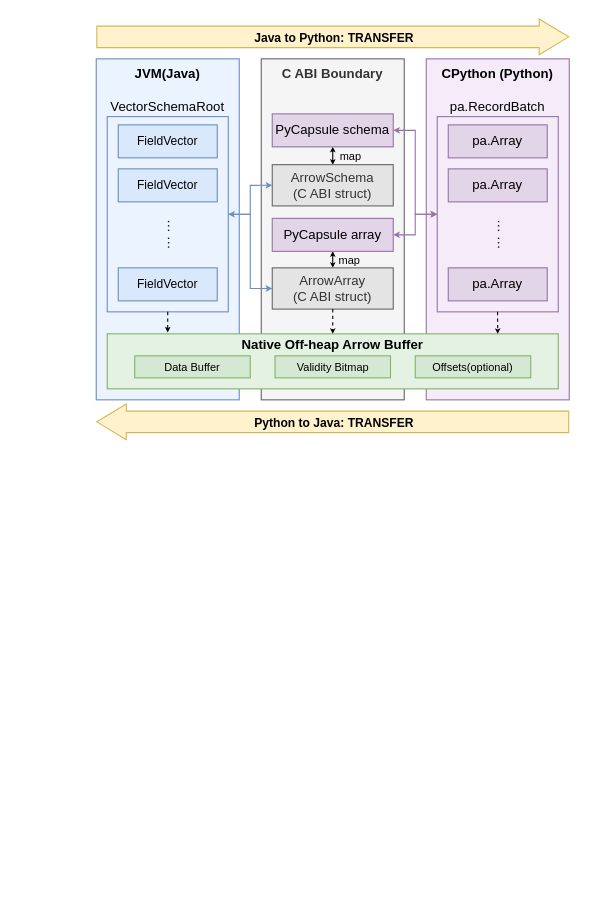
Earlier version of the draw.io diagram page "algo-java2python" (5 of 14) of grad.drawio (shinyano/drawio). Source tidied: cells renumbered, new cells numbered last; positions are measured from the earlier drawing's top-left corner, leaving out a move shared by most shapes. Both pictures are drawn from the tidied source at 110%, with x=0, y=0 at pixel (96, 36).
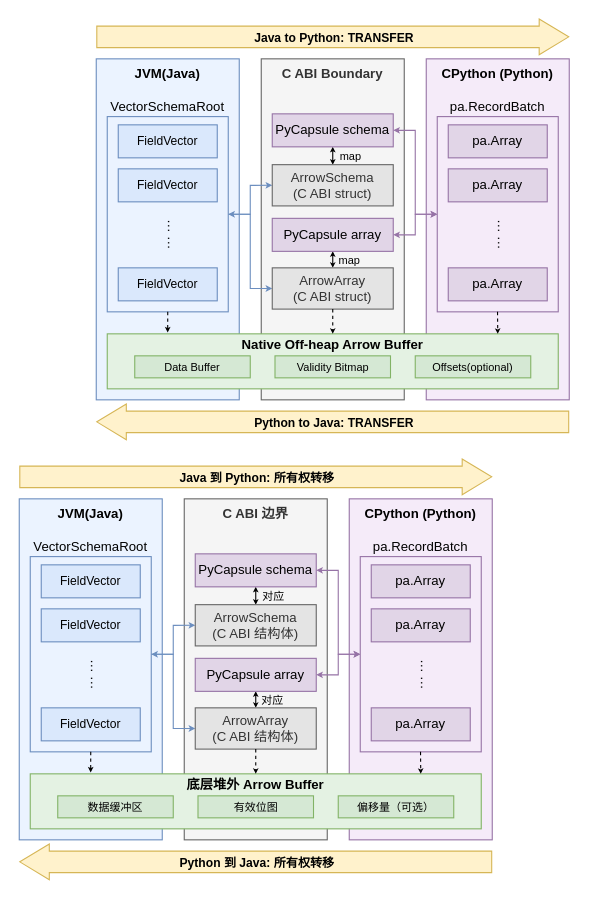
Above is the later version.

What changed in the source:
```diff
@@
+    <mxCell id="38" value="JVM(Java)" style="rounded=0;whiteSpace=wrap;html=1;fillColor=light-dark(#ebf3ff, #1d293b);strokeColor=#6c8ebf;verticalAlign=top;fontStyle=1;align=center;fontFamily=Helvetica;fontSize=12;fontColor=default;" parent="1" vertex="1">
+      <mxGeometry x="-70" y="420" width="130" height="310" as="geometry" />
+    </mxCell>
+    <mxCell id="39" value="C ABI 边界" style="rounded=0;whiteSpace=wrap;html=1;fillColor=#f5f5f5;strokeColor=#666666;verticalAlign=top;fontColor=#333333;fontStyle=1;" parent="1" vertex="1">
+      <mxGeometry x="80" y="420" width="130" height="310" as="geometry" />
+    </mxCell>
+    <mxCell id="40" value="CPython (Python)" style="rounded=0;whiteSpace=wrap;html=1;fillColor=light-dark(#f5ebf9, #392f3f);strokeColor=#9673a6;verticalAlign=top;fontStyle=1;" parent="1" vertex="1">
+      <mxGeometry x="230" y="420" width="130" height="310" as="geometry" />
+    </mxCell>
+    <mxCell id="41" style="edgeStyle=orthogonalEdgeStyle;rounded=0;jettySize=auto;html=1;exitX=1;exitY=0.5;exitDx=0;exitDy=0;entryX=0;entryY=0.5;entryDx=0;entryDy=0;endSize=3;startArrow=classic;startFill=1;startSize=3;fillColor=#dae8fc;strokeColor=#6c8ebf;" parent="1" edge="1" source="43" target="50">
+      <mxGeometry relative="1" as="geometry" />
+    </mxCell>
+    <mxCell id="42" style="edgeStyle=orthogonalEdgeStyle;rounded=0;jettySize=auto;html=1;exitX=1;exitY=0.5;exitDx=0;exitDy=0;entryX=0;entryY=0.5;entryDx=0;entryDy=0;endSize=3;fillColor=#dae8fc;strokeColor=#6c8ebf;" parent="1" edge="1" source="43" target="53">
+      <mxGeometry relative="1" as="geometry" />
+    </mxCell>
+    <mxCell id="43" value="VectorSchemaRoot" style="rounded=0;whiteSpace=wrap;html=1;fillColor=light-dark(#ebf3ff, #1d293b);strokeColor=#6c8ebf;verticalAlign=bottom;labelPosition=center;verticalLabelPosition=top;align=center;" parent="1" vertex="1">
+      <mxGeometry x="-60" y="472.5" width="110" height="177.5" as="geometry" />
+    </mxCell>
+    <mxCell id="44" value="FieldVector" style="rounded=0;whiteSpace=wrap;html=1;fontSize=11;fillColor=#dae8fc;strokeColor=#6c8ebf;" parent="1" vertex="1">
+      <mxGeometry x="-50" y="480" width="90" height="30" as="geometry" />
+    </mxCell>
+    <mxCell id="45" value="FieldVector" style="rounded=0;whiteSpace=wrap;html=1;fontSize=11;fillColor=#dae8fc;strokeColor=#6c8ebf;" parent="1" vertex="1">
+      <mxGeometry x="-50" y="520" width="90" height="30" as="geometry" />
+    </mxCell>
+    <mxCell id="46" value="FieldVector" style="rounded=0;whiteSpace=wrap;html=1;fontSize=11;fillColor=#dae8fc;strokeColor=#6c8ebf;" parent="1" vertex="1">
+      <mxGeometry x="-50" y="610" width="90" height="30" as="geometry" />
+    </mxCell>
+    <mxCell id="47" value="··· ···" style="text;html=1;whiteSpace=wrap;strokeColor=none;fillColor=none;align=center;verticalAlign=middle;rounded=0;horizontal=0;" parent="1" vertex="1">
+      <mxGeometry x="-35" y="565" width="60" height="30" as="geometry" />
+    </mxCell>
+    <mxCell id="48" style="edgeStyle=orthogonalEdgeStyle;rounded=0;jettySize=auto;html=1;exitX=0.5;exitY=0;exitDx=0;exitDy=0;entryX=0.5;entryY=1;entryDx=0;entryDy=0;endSize=2;startArrow=classic;startFill=1;startSize=2;" parent="1" edge="1" source="50" target="55">
+      <mxGeometry relative="1" as="geometry" />
+    </mxCell>
+    <mxCell id="49" value="对应" style="edgeLabel;html=1;align=center;verticalAlign=middle;labelBackgroundColor=none;fontSize=10;" parent="48" vertex="1">
+      <mxGeometry x="0.45" y="-1" relative="1" as="geometry">
+        <mxPoint x="14" y="3" as="offset" />
+      </mxGeometry>
+    </mxCell>
+    <mxCell id="50" value="ArrowSchema&lt;div&gt;(C ABI 结构体)&lt;/div&gt;" style="rounded=0;whiteSpace=wrap;html=1;fillColor=#E4E4E4;fontColor=#333333;strokeColor=#666666;" parent="1" vertex="1">
+      <mxGeometry x="90" y="516.2" width="110" height="37.5" as="geometry" />
+    </mxCell>
+    <mxCell id="51" style="edgeStyle=orthogonalEdgeStyle;rounded=0;jettySize=auto;html=1;exitX=0.5;exitY=0;exitDx=0;exitDy=0;entryX=0.5;entryY=1;entryDx=0;entryDy=0;endSize=2;startArrow=classic;startFill=1;startSize=2;" parent="1" edge="1" source="53" target="57">
+      <mxGeometry relative="1" as="geometry" />
+    </mxCell>
+    <mxCell id="52" value="对应" style="edgeLabel;html=1;align=center;verticalAlign=middle;labelBackgroundColor=none;fontSize=10;" parent="51" vertex="1">
+      <mxGeometry x="0.33" y="1" relative="1" as="geometry">
+        <mxPoint x="15" y="2" as="offset" />
+      </mxGeometry>
+    </mxCell>
+    <mxCell id="53" value="ArrowArray&lt;div&gt;(C ABI 结构体)&lt;/div&gt;" style="rounded=0;whiteSpace=wrap;html=1;fillColor=#E4E4E4;fontColor=#333333;strokeColor=#666666;" parent="1" vertex="1">
+      <mxGeometry x="90" y="610" width="110" height="37.5" as="geometry" />
+    </mxCell>
+    <mxCell id="54" style="edgeStyle=orthogonalEdgeStyle;rounded=0;jettySize=auto;html=1;exitX=1;exitY=0.5;exitDx=0;exitDy=0;entryX=0;entryY=0.5;entryDx=0;entryDy=0;endSize=3;startArrow=classic;startFill=1;startSize=3;fillColor=#e1d5e7;strokeColor=#9673a6;" parent="1" edge="1" source="55" target="58">
+      <mxGeometry relative="1" as="geometry">
+        <Array as="points">
+          <mxPoint x="220" y="485" />
+          <mxPoint x="220" y="561" />
+          <mxPoint x="240" y="561" />
+        </Array>
+      </mxGeometry>
+    </mxCell>
+    <mxCell id="55" value="PyCapsule schema" style="rounded=0;whiteSpace=wrap;html=1;fillColor=#e1d5e7;strokeColor=#9673a6;" parent="1" vertex="1">
+      <mxGeometry x="90" y="470" width="110" height="30" as="geometry" />
+    </mxCell>
+    <mxCell id="56" style="edgeStyle=orthogonalEdgeStyle;rounded=0;jettySize=auto;html=1;exitX=1;exitY=0.5;exitDx=0;exitDy=0;endSize=3;startSize=3;entryX=0;entryY=0.5;entryDx=0;entryDy=0;startArrow=classic;startFill=1;fillColor=#e1d5e7;strokeColor=#9673a6;" parent="1" edge="1" source="57" target="58">
+      <mxGeometry relative="1" as="geometry" />
+    </mxCell>
+    <mxCell id="57" value="PyCapsule array" style="rounded=0;whiteSpace=wrap;html=1;fillColor=#e1d5e7;strokeColor=#9673a6;" parent="1" vertex="1">
+      <mxGeometry x="90" y="565" width="110" height="30" as="geometry" />
+    </mxCell>
+    <mxCell id="58" value="pa.RecordBatch" style="rounded=0;whiteSpace=wrap;html=1;fillColor=#F5EBF9;strokeColor=#9673a6;verticalAlign=bottom;labelPosition=center;verticalLabelPosition=top;align=center;" parent="1" vertex="1">
+      <mxGeometry x="240" y="472.5" width="110" height="177.5" as="geometry" />
+    </mxCell>
+    <mxCell id="59" value="pa.Array" style="rounded=0;whiteSpace=wrap;html=1;fillColor=#e1d5e7;strokeColor=#9673a6;" parent="1" vertex="1">
+      <mxGeometry x="250" y="480" width="90" height="30" as="geometry" />
+    </mxCell>
+    <mxCell id="60" value="pa.Array" style="rounded=0;whiteSpace=wrap;html=1;fillColor=#e1d5e7;strokeColor=#9673a6;" parent="1" vertex="1">
+      <mxGeometry x="250" y="520" width="90" height="30" as="geometry" />
+    </mxCell>
+    <mxCell id="61" value="pa.Array" style="rounded=0;whiteSpace=wrap;html=1;fillColor=#e1d5e7;strokeColor=#9673a6;" parent="1" vertex="1">
+      <mxGeometry x="250" y="610" width="90" height="30" as="geometry" />
+    </mxCell>
+    <mxCell id="62" value="··· ···" style="text;html=1;whiteSpace=wrap;strokeColor=none;fillColor=none;align=center;verticalAlign=middle;rounded=0;horizontal=0;" parent="1" vertex="1">
+      <mxGeometry x="265" y="565" width="60" height="30" as="geometry" />
+    </mxCell>
+    <mxCell id="63" value="底层堆外 Arrow Buffer" style="rounded=0;whiteSpace=wrap;html=1;fillColor=light-dark(#e4f2e3, #1f2f1e);strokeColor=#82b366;verticalAlign=top;fontStyle=1;spacing=-2;" parent="1" vertex="1">
+      <mxGeometry x="-60" y="670" width="410" height="50" as="geometry" />
+    </mxCell>
+    <mxCell id="64" style="edgeStyle=orthogonalEdgeStyle;rounded=0;jettySize=auto;html=1;exitX=0.5;exitY=1;exitDx=0;exitDy=0;entryX=0.134;entryY=-0.024;entryDx=0;entryDy=0;entryPerimeter=0;dashed=1;endSize=2;" parent="1" edge="1" source="43" target="63">
+      <mxGeometry relative="1" as="geometry" />
+    </mxCell>
+    <mxCell id="65" style="edgeStyle=orthogonalEdgeStyle;rounded=0;jettySize=auto;html=1;exitX=0.5;exitY=1;exitDx=0;exitDy=0;entryX=0.5;entryY=0;entryDx=0;entryDy=0;dashed=1;endSize=2;" parent="1" edge="1" source="53" target="63">
+      <mxGeometry relative="1" as="geometry" />
+    </mxCell>
+    <mxCell id="66" style="edgeStyle=orthogonalEdgeStyle;rounded=0;orthogonalLoop=1;jettySize=auto;html=1;exitX=0.5;exitY=1;exitDx=0;exitDy=0;dashed=1;endSize=2;" parent="1" edge="1">
+      <mxGeometry relative="1" as="geometry">
+        <mxPoint x="294.8" y="650" as="sourcePoint" />
+        <mxPoint x="295" y="670" as="targetPoint" />
+      </mxGeometry>
+    </mxCell>
+    <mxCell id="67" value="数据缓冲区" style="rounded=0;whiteSpace=wrap;html=1;fontSize=10;fillColor=#d5e8d4;strokeColor=#82b366;" parent="1" vertex="1">
+      <mxGeometry x="-35" y="690" width="105" height="20" as="geometry" />
+    </mxCell>
+    <mxCell id="68" value="有效位图" style="rounded=0;whiteSpace=wrap;html=1;fontSize=10;strokeColor=#82b366;align=center;verticalAlign=middle;fontFamily=Helvetica;fontColor=default;fillColor=#d5e8d4;" parent="1" vertex="1">
+      <mxGeometry x="92.5" y="690" width="105" height="20" as="geometry" />
+    </mxCell>
+    <mxCell id="69" value="偏移量（可选）" style="rounded=0;whiteSpace=wrap;html=1;strokeColor=#82b366;align=center;verticalAlign=middle;fontFamily=Helvetica;fontSize=10;fontColor=default;fillColor=#d5e8d4;" parent="1" vertex="1">
+      <mxGeometry x="220" y="690" width="105" height="20" as="geometry" />
+    </mxCell>
+    <mxCell id="70" style="shape=flexArrow;endArrow=classic;html=1;rounded=0;width=19.523809523809522;endSize=8.60952380952381;endWidth=12.026666666666667;fillColor=#fff2cc;strokeColor=#d6b656;" parent="1" edge="1">
+      <mxGeometry relative="1" as="geometry">
+        <mxPoint x="-70" y="400" as="sourcePoint" />
+        <mxPoint x="360" y="400" as="targetPoint" />
+      </mxGeometry>
+    </mxCell>
+    <mxCell id="71" value="Java 到 Python:&amp;nbsp;所有权转移" style="edgeLabel;html=1;align=center;verticalAlign=middle;fontStyle=1;labelBackgroundColor=none;" parent="70" vertex="1">
+      <mxGeometry x="0.61" y="6" relative="1" as="geometry">
+        <mxPoint x="-131" y="6" as="offset" />
+      </mxGeometry>
+    </mxCell>
+    <mxCell id="72" style="shape=flexArrow;endArrow=classic;html=1;rounded=0;width=19.523809523809522;endSize=8.60952380952381;endWidth=12.026666666666667;fillColor=#fff2cc;strokeColor=#d6b656;" parent="1" edge="1">
+      <mxGeometry relative="1" as="geometry">
+        <mxPoint x="360" y="750" as="sourcePoint" />
+        <mxPoint x="-70" y="750" as="targetPoint" />
+      </mxGeometry>
+    </mxCell>
+    <mxCell id="73" value="Python 到 Java: 所有权转移" style="edgeLabel;html=1;align=center;verticalAlign=middle;fontStyle=1;labelBackgroundColor=none;" parent="72" vertex="1">
+      <mxGeometry x="0.61" y="6" relative="1" as="geometry">
+        <mxPoint x="131" y="-6" as="offset" />
+      </mxGeometry>
+    </mxCell>
```
